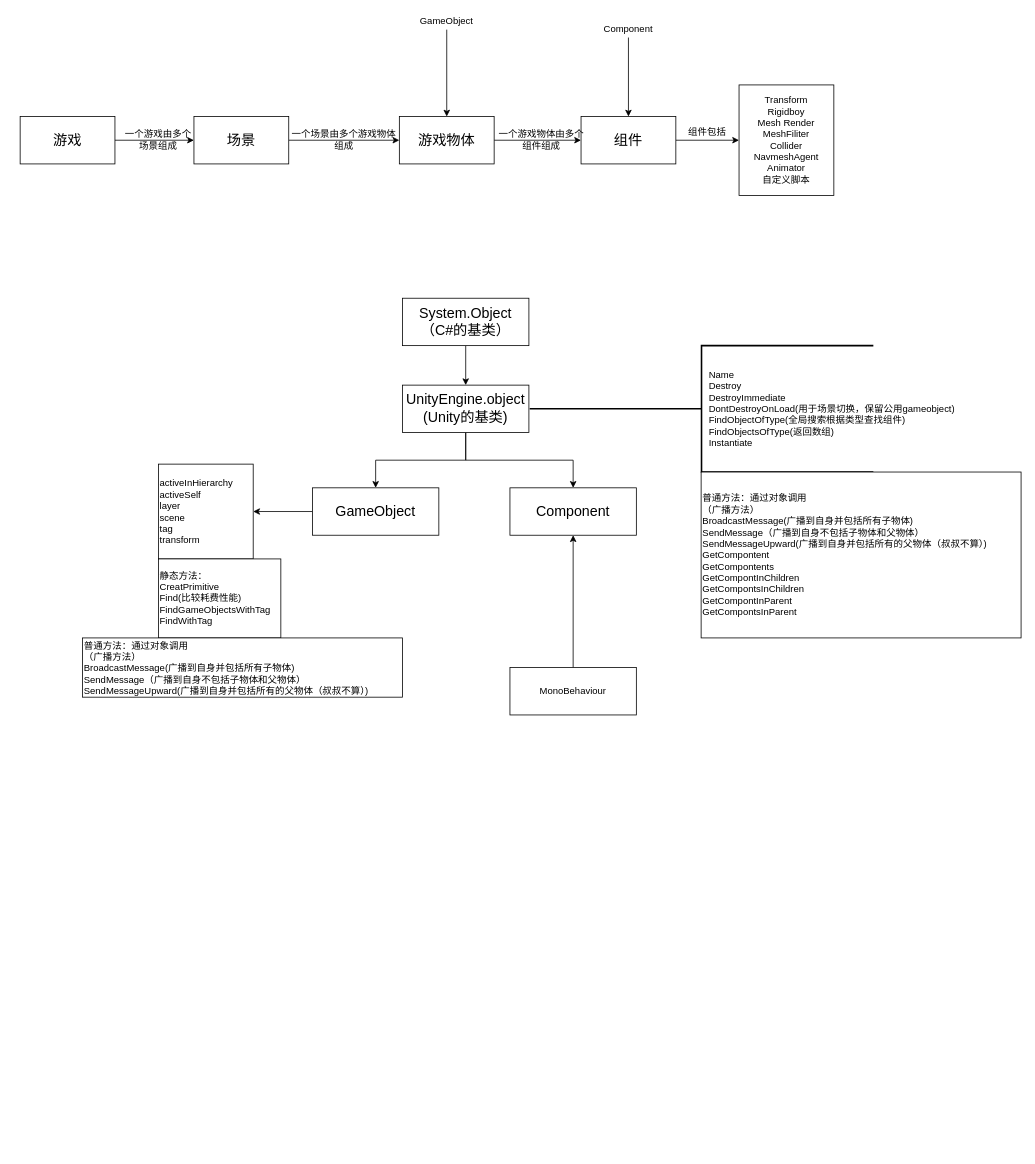
Before: Unity流程.drawio in OJMars/Unity, a draw.io diagram. Source tidied: cells renumbered, new cells numbered last; positions are measured from the earlier drawing's top-left corner, leaving out a move shared by most shapes. Both pictures are drawn from the tidied source at 79%, with x=0, y=0 at pixel (20, 13).
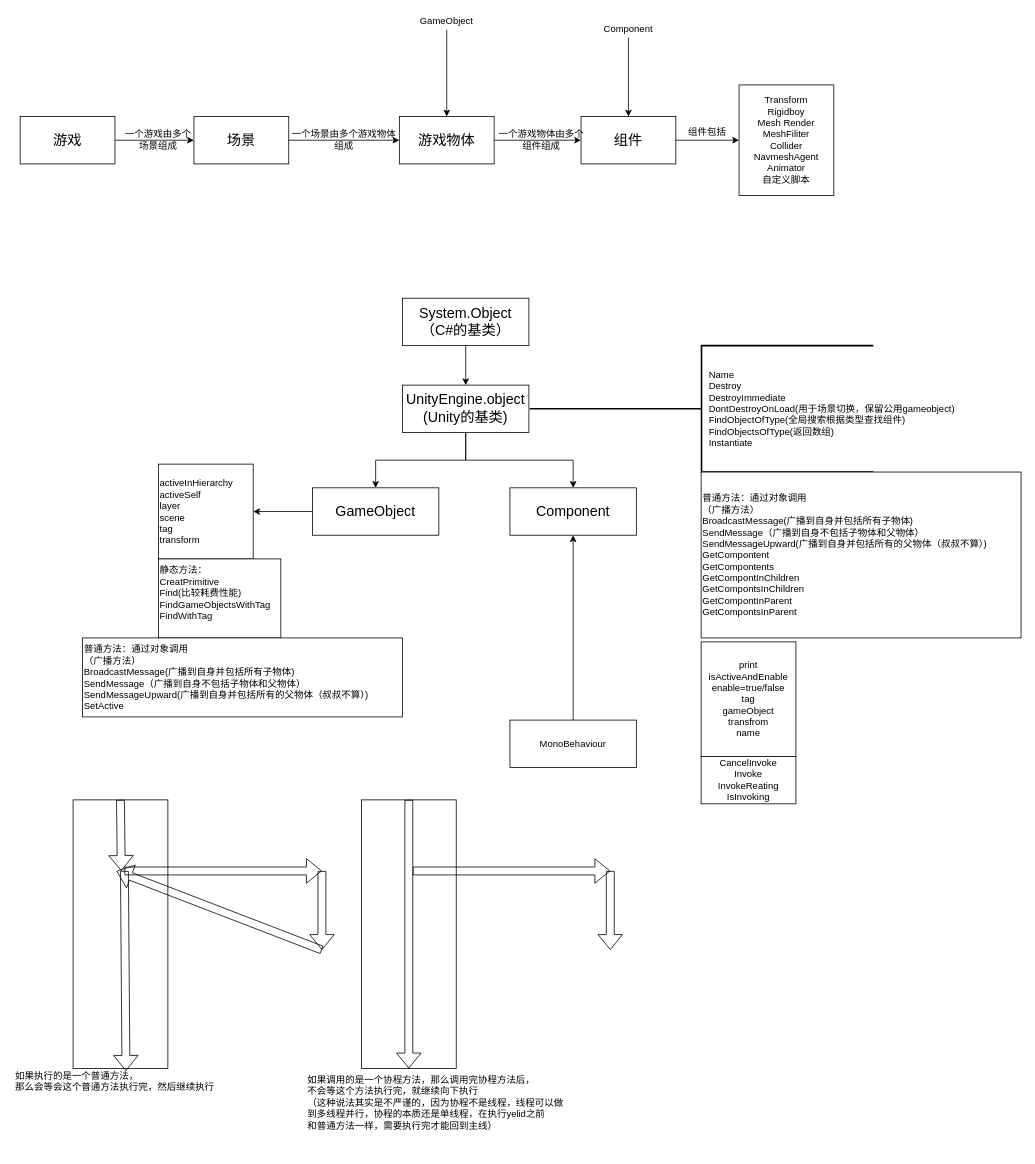
Above is the later version.

Diff of the diagram source:
```diff
@@
-    <mxCell id="30" value="静态方法：&lt;br&gt;CreatPrimitive&lt;br&gt;Find(比较耗费性能)&lt;br&gt;FindGameObjectsWithTag&lt;br&gt;FindWithTag&lt;br&gt;" style="rounded=0;whiteSpace=wrap;html=1;align=left;" parent="1" vertex="1">
+    <mxCell id="30" value="静态方法：&lt;br&gt;CreatPrimitive&lt;br&gt;Find(比较耗费性能)&lt;br&gt;FindGameObjectsWithTag&lt;br&gt;FindWithTag&lt;br&gt;&lt;br&gt;" style="rounded=0;whiteSpace=wrap;html=1;align=left;" parent="1" vertex="1">
       <mxGeometry x="175" y="690" width="155" height="100" as="geometry" />
     </mxCell>
-    <mxCell id="31" value="普通方法：通过对象调用&lt;br&gt;&lt;div style=&quot;text-align: left&quot;&gt;（广播方法）&lt;/div&gt;&lt;div style=&quot;text-align: left&quot;&gt;BroadcastMessage(广播到自身并包括所有子物体)&lt;/div&gt;&lt;div style=&quot;text-align: left&quot;&gt;SendMessage（广播到自身不包括子物体和父物体）&lt;/div&gt;&lt;div style=&quot;text-align: left&quot;&gt;SendMessageUpward(广播到自身并包括所有的父物体（叔叔不算）)&lt;/div&gt;" style="rounded=0;whiteSpace=wrap;html=1;align=left;" parent="1" vertex="1">
-      <mxGeometry x="79" y="790" width="405" height="75" as="geometry" />
+    <mxCell id="31" value="普通方法：通过对象调用&lt;br&gt;&lt;div style=&quot;text-align: left&quot;&gt;（广播方法）&lt;/div&gt;&lt;div style=&quot;text-align: left&quot;&gt;BroadcastMessage(广播到自身并包括所有子物体)&lt;/div&gt;&lt;div style=&quot;text-align: left&quot;&gt;SendMessage（广播到自身不包括子物体和父物体）&lt;/div&gt;&lt;div style=&quot;text-align: left&quot;&gt;SendMessageUpward(广播到自身并包括所有的父物体（叔叔不算）)&lt;/div&gt;&lt;div style=&quot;text-align: left&quot;&gt;SetActive&lt;/div&gt;" style="rounded=0;whiteSpace=wrap;html=1;align=left;" parent="1" vertex="1">
+      <mxGeometry x="79" y="790" width="405" height="100" as="geometry" />
     </mxCell>
@@
     <mxCell id="34" value="MonoBehaviour" style="rounded=0;whiteSpace=wrap;html=1;" parent="1" vertex="1">
-      <mxGeometry x="620" y="827.5" width="160" height="60" as="geometry" />
+      <mxGeometry x="620" y="894" width="160" height="60" as="geometry" />
     </mxCell>
+    <mxCell id="35" value="print&lt;br&gt;isActiveAndEnable&lt;br&gt;enable=true/false&lt;br&gt;tag&lt;br&gt;gameObject&lt;br&gt;transfrom&lt;br&gt;name&lt;br&gt;" style="rounded=0;whiteSpace=wrap;html=1;" parent="1" vertex="1">
+      <mxGeometry x="862" y="795" width="120" height="145" as="geometry" />
+    </mxCell>
+    <mxCell id="36" value="CancelInvoke&lt;br&gt;Invoke&lt;br&gt;InvokeReating&lt;br&gt;IsInvoking&lt;br&gt;" style="rounded=0;whiteSpace=wrap;html=1;" parent="1" vertex="1">
+      <mxGeometry x="862" y="940" width="120" height="60" as="geometry" />
+    </mxCell>
+    <mxCell id="37" style="rounded=0;whiteSpace=wrap;html=1;" parent="1" vertex="1">
+      <mxGeometry x="67" y="995" width="120" height="340" as="geometry" />
+    </mxCell>
+    <mxCell id="38" style="shape=flexArrow;endArrow=classic;html=1;" parent="1" edge="1">
+      <mxGeometry relative="1" as="geometry">
+        <mxPoint x="382" y="1185" as="sourcePoint" />
+        <mxPoint x="122" y="1085" as="targetPoint" />
+      </mxGeometry>
+    </mxCell>
+    <mxCell id="39" style="shape=flexArrow;endArrow=classic;html=1;exitX=0.5;exitY=0;exitDx=0;exitDy=0;" parent="1" edge="1" source="37">
+      <mxGeometry relative="1" as="geometry">
+        <mxPoint x="128" y="1085" as="targetPoint" />
+      </mxGeometry>
+    </mxCell>
+    <mxCell id="40" style="shape=flexArrow;endArrow=classic;html=1;" parent="1" edge="1">
+      <mxGeometry relative="1" as="geometry">
+        <mxPoint x="132" y="1085" as="sourcePoint" />
+        <mxPoint x="382" y="1085" as="targetPoint" />
+      </mxGeometry>
+    </mxCell>
+    <mxCell id="41" style="shape=flexArrow;endArrow=classic;html=1;" parent="1" edge="1">
+      <mxGeometry relative="1" as="geometry">
+        <mxPoint x="382" y="1085" as="sourcePoint" />
+        <mxPoint x="382" y="1185" as="targetPoint" />
+      </mxGeometry>
+    </mxCell>
+    <mxCell id="42" style="shape=flexArrow;endArrow=classic;html=1;entryX=0.558;entryY=1.009;entryDx=0;entryDy=0;entryPerimeter=0;" parent="1" edge="1" target="37">
+      <mxGeometry relative="1" as="geometry">
+        <mxPoint x="132" y="1085" as="sourcePoint" />
+      </mxGeometry>
+    </mxCell>
+    <mxCell id="43" style="rounded=0;whiteSpace=wrap;html=1;" parent="1" vertex="1">
+      <mxGeometry x="432" y="995" width="120" height="340" as="geometry" />
+    </mxCell>
+    <mxCell id="44" style="shape=flexArrow;endArrow=classic;html=1;" parent="1" edge="1">
+      <mxGeometry relative="1" as="geometry">
+        <mxPoint x="497" y="1085" as="sourcePoint" />
+        <mxPoint x="747" y="1085" as="targetPoint" />
+      </mxGeometry>
+    </mxCell>
+    <mxCell id="45" style="shape=flexArrow;endArrow=classic;html=1;" parent="1" edge="1">
+      <mxGeometry relative="1" as="geometry">
+        <mxPoint x="747" y="1085" as="sourcePoint" />
+        <mxPoint x="747" y="1185" as="targetPoint" />
+      </mxGeometry>
+    </mxCell>
+    <mxCell id="46" style="shape=flexArrow;endArrow=classic;html=1;entryX=0.5;entryY=1;entryDx=0;entryDy=0;exitX=0.5;exitY=0;exitDx=0;exitDy=0;" parent="1" edge="1" source="43" target="43">
+      <mxGeometry relative="1" as="geometry" />
+    </mxCell>
+    <mxCell id="47" value="如果执行的是一个普通方法，&lt;br&gt;那么会等会这个普通方法执行完，然后继续执行" style="text;html=1;align=left;verticalAlign=top;spacingTop=-4;" parent="1" vertex="1">
+      <mxGeometry x="-8" y="1335" width="300" height="50" as="geometry" />
+    </mxCell>
+    <mxCell id="48" value="如果调用的是一个协程方法，那么调用完协程方法后，&lt;br&gt;不会等这个方法执行完，就继续向下执行&lt;br&gt;（这种说法其实是不严谨的，因为协程不是线程，线程可以做&lt;br&gt;到多线程并行，协程的本质还是单线程，在执行yelid之前&lt;br&gt;和普通方法一样，需要执行完才能回到主线）&lt;br&gt;" style="text;html=1;align=left;verticalAlign=top;spacingTop=-4;" parent="1" vertex="1">
+      <mxGeometry x="362" y="1340" width="350" height="100" as="geometry" />
+    </mxCell>
```
